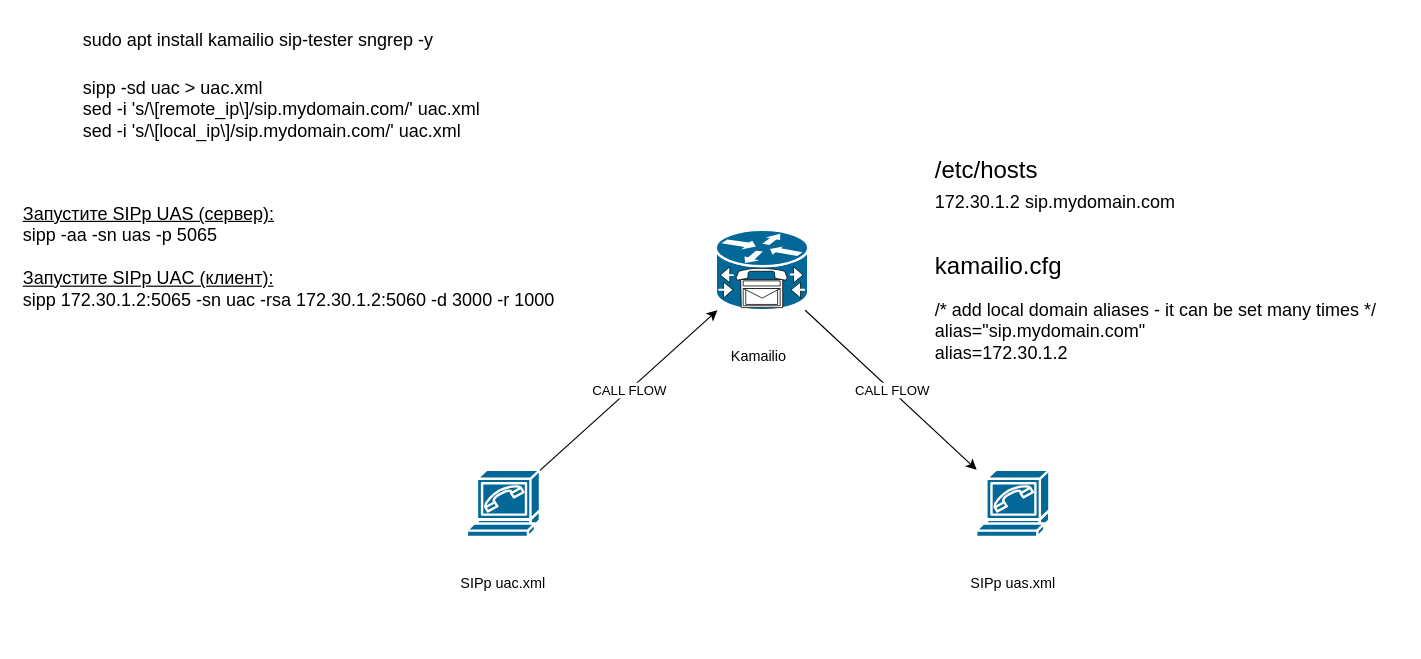
The draw.io diagram LAB1.1-2xSIPp-1xKamailio.drawio in sysadminlab/voip, before the edit. Source tidied: cells renumbered, new cells numbered last; positions are measured from the earlier drawing's top-left corner, leaving out a move shared by most shapes. Both pictures are drawn from the tidied source at 120%, with x=0, y=0 at pixel (20, 20).
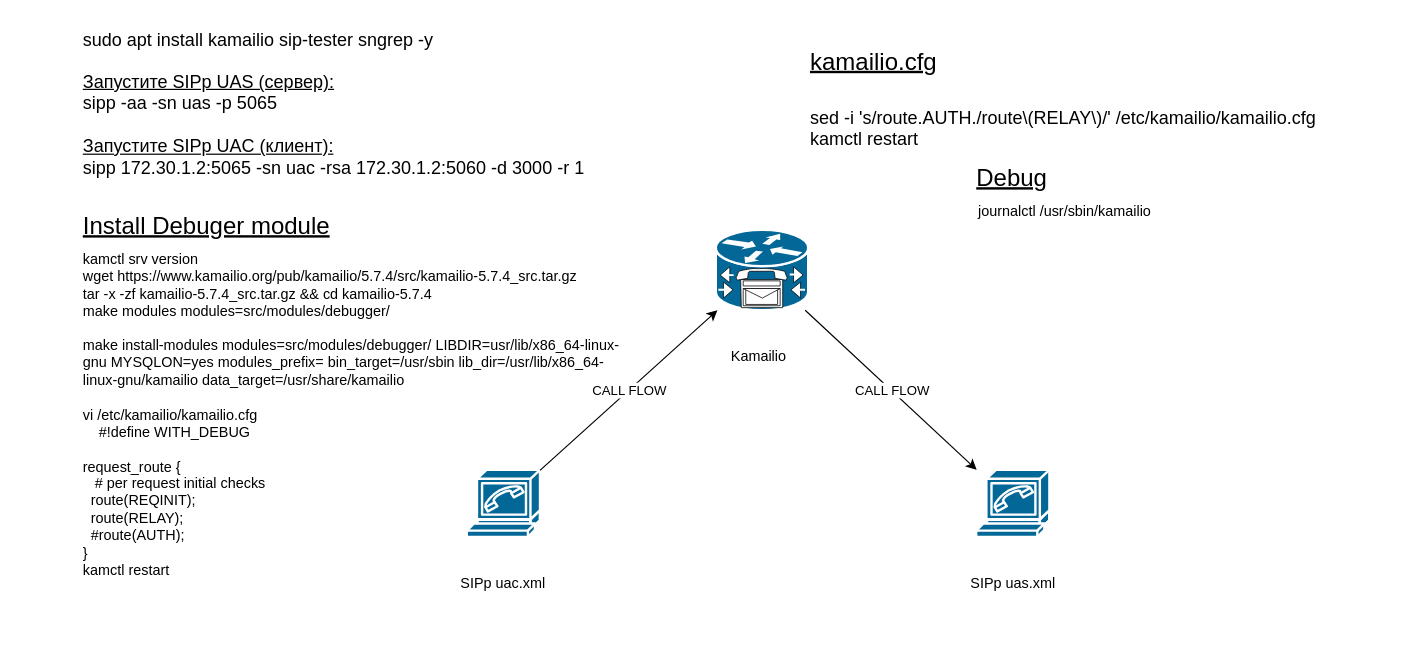
The same diagram, later.

Change to the diagram source:
```diff
@@
 <mxGraphModel>
   <root>
     <mxCell id="0" />
     <mxCell id="1" parent="0" />
     <mxCell id="2" value="SIPp uac.xml" style="text;strokeColor=none;align=center;fillColor=none;html=1;verticalAlign=middle;whiteSpace=wrap;rounded=0;" parent="1" vertex="1">
       <mxGeometry x="347" y="454" width="110" height="30" as="geometry" />
     </mxCell>
     <mxCell id="3" value="SIPp uas.xml" style="text;strokeColor=none;align=center;fillColor=none;html=1;verticalAlign=middle;whiteSpace=wrap;rounded=0;" parent="1" vertex="1">
       <mxGeometry x="771.5" y="454" width="110" height="30" as="geometry" />
     </mxCell>
     <mxCell id="4" style="shape=mxgraph.cisco.modems_and_phones.softphone;sketch=0;html=1;dashed=0;fillColor=#036897;strokeColor=#ffffff;strokeWidth=2;verticalLabelPosition=bottom;verticalAlign=top;align=center;outlineConnect=0;" parent="1" vertex="1">
       <mxGeometry x="796" y="374" width="61" height="56" as="geometry" />
     </mxCell>
     <mxCell id="5" style="shape=mxgraph.cisco.modems_and_phones.softphone;sketch=0;html=1;dashed=0;fillColor=#036897;strokeColor=#ffffff;strokeWidth=2;verticalLabelPosition=bottom;verticalAlign=top;align=center;outlineConnect=0;" parent="1" vertex="1">
       <mxGeometry x="371.5" y="374" width="61" height="56" as="geometry" />
     </mxCell>
     <mxCell id="6" style="shape=mxgraph.cisco.misc.cisco_unity_express;sketch=0;html=1;dashed=0;fillColor=#036897;strokeColor=#ffffff;strokeWidth=2;verticalLabelPosition=bottom;verticalAlign=top;align=center;outlineConnect=0;" parent="1" vertex="1">
       <mxGeometry x="579" y="174" width="77" height="67" as="geometry" />
     </mxCell>
     <mxCell id="7" style="endArrow=classic;html=1;rounded=0;" parent="1" edge="1" source="5" target="6">
       <mxGeometry relative="1" as="geometry" />
     </mxCell>
     <mxCell id="8" value="CALL FLOW" style="edgeLabel;html=1;align=center;verticalAlign=middle;" parent="7" vertex="1">
       <mxGeometry relative="1" as="geometry" />
     </mxCell>
     <mxCell id="9" style="endArrow=classic;html=1;rounded=0;" parent="1" edge="1" source="6" target="4">
       <mxGeometry relative="1" as="geometry" />
     </mxCell>
     <mxCell id="10" value="CALL FLOW" style="edgeLabel;html=1;align=center;verticalAlign=middle;" parent="9" vertex="1">
       <mxGeometry relative="1" as="geometry" />
     </mxCell>
     <mxCell id="11" value="Kamailio" style="text;strokeColor=none;align=center;fillColor=none;html=1;verticalAlign=middle;whiteSpace=wrap;rounded=0;" parent="1" vertex="1">
       <mxGeometry x="585" y="265" width="60" height="30" as="geometry" />
     </mxCell>
     <mxCell id="12" value="sudo apt install kamailio sip-tester sngrep -y" style="text;whiteSpace=wrap;fontSize=15;" parent="1" vertex="1">
       <mxGeometry x="50" width="310" height="40" as="geometry" />
     </mxCell>
-    <mxCell id="13" value="&lt;u&gt;Запустите SIPp UAS (сервер):&lt;br&gt;&lt;/u&gt;sipp -aa -sn uas -p 5065&lt;br&gt;&lt;u&gt;&lt;br&gt;&lt;/u&gt;&lt;div&gt;&lt;u&gt;Запустите SIPp UAC (клиент):&lt;/u&gt;&lt;/div&gt;&lt;div&gt;sipp 172.30.1.2:5065 -sn uac -rsa 172.30.1.2:5060 -d 3000 -r 1000&lt;/div&gt;&lt;u&gt;&lt;br&gt;&lt;br&gt;&lt;/u&gt;" style="text;whiteSpace=wrap;html=1;fontSize=15;" parent="1" vertex="1">
-      <mxGeometry y="145" width="570" height="110" as="geometry" />
+    <mxCell id="13" value="&lt;u&gt;Запустите SIPp UAS (сервер):&lt;br&gt;&lt;/u&gt;sipp -aa -sn uas -p 5065&lt;br&gt;&lt;u&gt;&lt;br&gt;&lt;/u&gt;&lt;div&gt;&lt;u&gt;Запустите SIPp UAC (клиент):&lt;/u&gt;&lt;/div&gt;&lt;div&gt;sipp 172.30.1.2:5065 -sn uac -rsa 172.30.1.2:5060 -d 3000 -r 1&lt;/div&gt;&lt;u&gt;&lt;br&gt;&lt;/u&gt;" style="text;whiteSpace=wrap;html=1;fontSize=15;" parent="1" vertex="1">
+      <mxGeometry x="50" y="35" width="570" height="110" as="geometry" />
     </mxCell>
-    <mxCell id="14" value="/* add local domain aliases - it can be set many times */&#10;alias=&quot;sip.mydomain.com&quot;&#10;alias=172.30.1.2" style="text;whiteSpace=wrap;fontSize=15;" parent="1" vertex="1">
-      <mxGeometry x="760" y="225" width="390" height="70" as="geometry" />
+    <mxCell id="14" value="sed -i 's/route.AUTH./route\(RELAY\)/' /etc/kamailio/kamailio.cfg&#10;kamctl restart" style="text;whiteSpace=wrap;fontSize=15;" parent="1" vertex="1">
+      <mxGeometry x="656" y="65" width="460" height="70" as="geometry" />
     </mxCell>
-    <mxCell id="15" value="kamailio.cfg" style="text;whiteSpace=wrap;fontSize=20;" parent="1" vertex="1">
-      <mxGeometry x="760" y="185" width="100" height="40" as="geometry" />
+    <mxCell id="15" value="kamailio.cfg" style="text;whiteSpace=wrap;fontSize=20;fontStyle=4;" parent="1" vertex="1">
+      <mxGeometry x="656" y="15" width="100" height="40" as="geometry" />
     </mxCell>
-    <mxCell id="16" value="172.30.1.2 sip.mydomain.com" style="text;whiteSpace=wrap;fontSize=15;" parent="1" vertex="1">
-      <mxGeometry x="760" y="135" width="234" height="40" as="geometry" />
-    </mxCell>
-    <mxCell id="17" value="/etc/hosts" style="text;whiteSpace=wrap;fontSize=20;" parent="1" vertex="1">
-      <mxGeometry x="760" y="105" width="134" height="40" as="geometry" />
-    </mxCell>
-    <mxCell id="18" value="sipp -sd uac &gt; uac.xml&#10;sed -i 's/\[remote_ip\]/sip.mydomain.com/' uac.xml&#10;sed -i 's/\[local_ip\]/sip.mydomain.com/' uac.xml" style="text;whiteSpace=wrap;fontSize=15;" parent="1" vertex="1">
-      <mxGeometry x="50" y="40" width="430" height="75" as="geometry" />
-    </mxCell>
+    <mxCell id="19" value="Debug" style="text;html=1;align=center;verticalAlign=middle;whiteSpace=wrap;rounded=0;fontSize=20;fontStyle=4;" parent="1" vertex="1">
+      <mxGeometry x="796" y="115" width="60" height="30" as="geometry" />
+    </mxCell>
+    <mxCell id="20" value="Install Debuger module" style="text;html=1;align=left;verticalAlign=middle;whiteSpace=wrap;rounded=0;fontSize=20;fontStyle=4;" parent="1" vertex="1">
+      <mxGeometry x="50" y="155" width="210" height="30" as="geometry" />
+    </mxCell>
+    <mxCell id="21" value="kamctl srv version&#10;wget https://www.kamailio.org/pub/kamailio/5.7.4/src/kamailio-5.7.4_src.tar.gz&#10;tar -x -zf kamailio-5.7.4_src.tar.gz &amp;&amp; cd kamailio-5.7.4&#10;make modules modules=src/modules/debugger/&#10;&#10;make install-modules modules=src/modules/debugger/ LIBDIR=usr/lib/x86_64-linux-gnu MYSQLON=yes modules_prefix= bin_target=/usr/sbin lib_dir=/usr/lib/x86_64-linux-gnu/kamailio data_target=/usr/share/kamailio&#10;&#10;vi /etc/kamailio/kamailio.cfg&#10;    #!define WITH_DEBUG&#10;&#10;request_route {&#10;   # per request initial checks&#10;  route(REQINIT);&#10;  route(RELAY);&#10;  #route(AUTH);&#10;}&#10;kamctl restart&#10;&#10;&#10;" style="text;whiteSpace=wrap;" parent="1" vertex="1">
+      <mxGeometry x="50" y="185" width="450" height="330" as="geometry" />
+    </mxCell>
+    <mxCell id="22" value="journalctl /usr/sbin/kamailio" style="text;whiteSpace=wrap;html=1;" parent="1" vertex="1">
+      <mxGeometry x="796" y="145" width="180" height="40" as="geometry" />
+    </mxCell>
   </root>
 </mxGraphModel>
```
